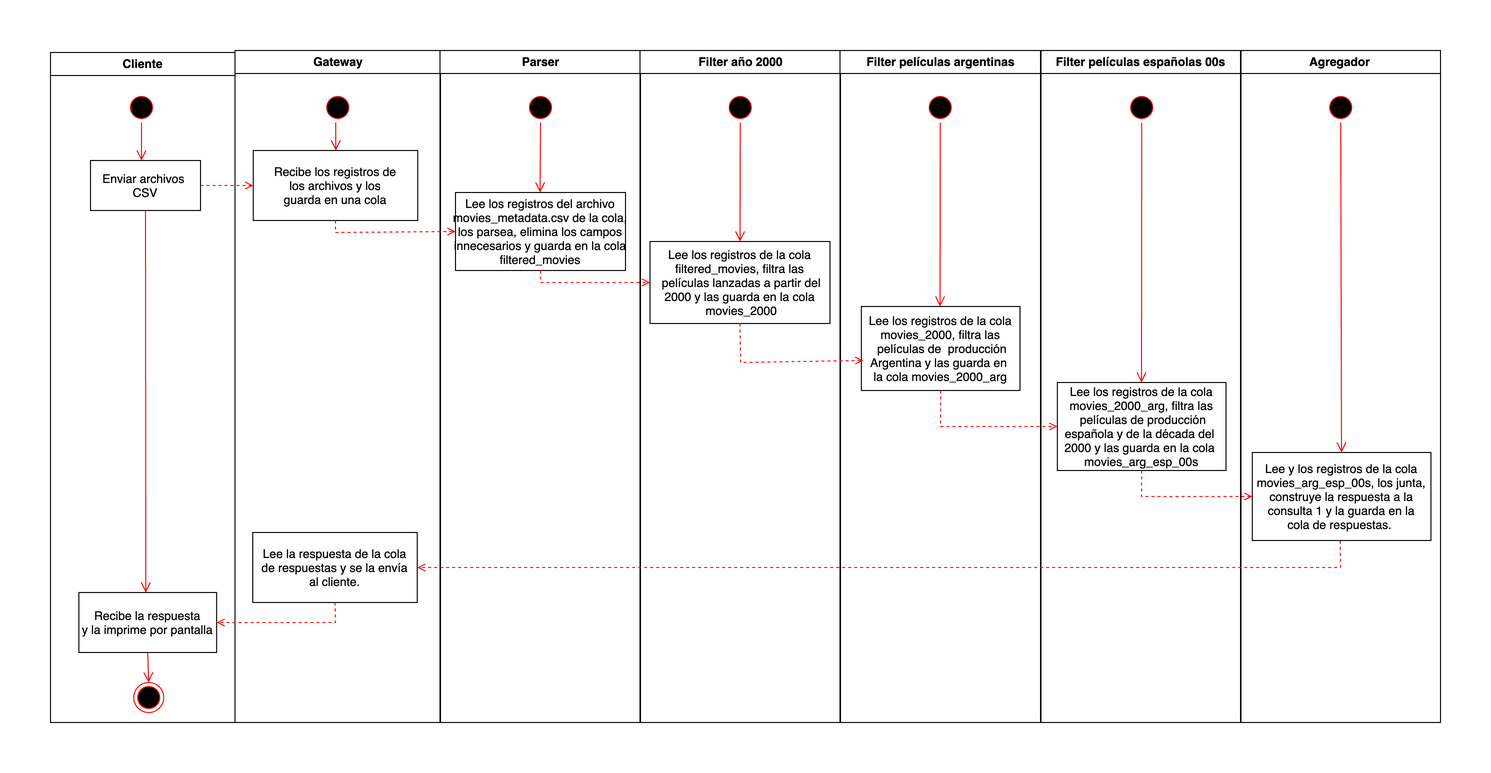
This is img/vista_procesos/actividad_1.png from ricomateo/tp-disenio-distribuidos, a draw.io export, as it was before one commit. Source tidied: cells renumbered, new cells last; positions are measured from the earlier drawing's top-left corner, leaving out a move shared by most shapes. Source of this version:
```xml
<mxGraphModel>
  <root>
    <mxCell id="0" />
    <mxCell id="1" parent="0" />
    <mxCell id="2" value="Cliente" style="swimlane;whiteSpace=wrap;" parent="1" vertex="1">
      <mxGeometry y="2" width="184.5" height="670" as="geometry" />
    </mxCell>
    <mxCell id="3" style="ellipse;shape=startState;fillColor=#000000;strokeColor=#ff0000;" parent="2" vertex="1">
      <mxGeometry x="76" y="40" width="30" height="30" as="geometry" />
    </mxCell>
    <mxCell id="4" style="edgeStyle=elbowEdgeStyle;elbow=horizontal;verticalAlign=bottom;endArrow=open;endSize=8;strokeColor=#FF0000;endFill=1;rounded=0;" parent="2" edge="1" source="3" target="5">
      <mxGeometry x="100" y="40" as="geometry" />
    </mxCell>
    <mxCell id="5" value="Enviar archivos &#10;CSV" parent="2" vertex="1">
      <mxGeometry x="40" y="108" width="110" height="50" as="geometry" />
    </mxCell>
    <mxCell id="6" value="Recibe la respuesta&#10;y la imprime por pantalla" parent="2" vertex="1">
      <mxGeometry x="28.4" y="540" width="137.8" height="60" as="geometry" />
    </mxCell>
    <mxCell id="7" style="ellipse;html=1;shape=endState;fillColor=#000000;strokeColor=#ff0000;" parent="2" vertex="1">
      <mxGeometry x="83.2" y="630" width="30" height="30" as="geometry" />
    </mxCell>
    <mxCell id="8" style="edgeStyle=elbowEdgeStyle;elbow=horizontal;verticalAlign=bottom;endArrow=open;endSize=8;strokeColor=#FF0000;endFill=1;rounded=0;entryX=0.5;entryY=0;entryDx=0;entryDy=0;exitX=0.5;exitY=1;exitDx=0;exitDy=0;" parent="2" edge="1" source="6" target="7">
      <mxGeometry x="-130" y="-90" as="geometry" />
    </mxCell>
    <mxCell id="9" style="edgeStyle=elbowEdgeStyle;elbow=horizontal;verticalAlign=bottom;endArrow=open;endSize=8;strokeColor=#FF0000;endFill=1;rounded=0;exitX=0.5;exitY=1;exitDx=0;exitDy=0;" parent="2" edge="1" source="5" target="6">
      <mxGeometry x="-160" y="-90" as="geometry" />
    </mxCell>
    <mxCell id="10" value="Gateway" style="swimlane;whiteSpace=wrap;" parent="1" vertex="1">
      <mxGeometry x="184.5" width="205.5" height="672" as="geometry" />
    </mxCell>
    <mxCell id="11" style="ellipse;shape=startState;fillColor=#000000;strokeColor=#ff0000;" parent="10" vertex="1">
      <mxGeometry x="87.8" y="42" width="30" height="30" as="geometry" />
    </mxCell>
    <mxCell id="12" style="edgeStyle=elbowEdgeStyle;elbow=horizontal;verticalAlign=bottom;endArrow=open;endSize=8;strokeColor=#FF0000;endFill=1;rounded=0;entryX=0.5;entryY=0;entryDx=0;entryDy=0;" parent="10" edge="1" source="11" target="13">
      <mxGeometry x="40" y="20" as="geometry" />
    </mxCell>
    <mxCell id="13" value="Recibe los registros de&#10;los archivos y los&#10;guarda en una cola" parent="10" vertex="1">
      <mxGeometry x="18.2" y="100" width="164.5" height="70" as="geometry" />
    </mxCell>
    <mxCell id="14" value="Lee la respuesta de la cola&#10;de respuestas y se la envía&#10;al cliente." parent="10" vertex="1">
      <mxGeometry x="17.8" y="482" width="164.5" height="70" as="geometry" />
    </mxCell>
    <mxCell id="15" value="Parser" style="swimlane;whiteSpace=wrap;" parent="1" vertex="1">
      <mxGeometry x="389.5" width="200.5" height="672" as="geometry" />
    </mxCell>
    <mxCell id="16" style="ellipse;shape=startState;fillColor=#000000;strokeColor=#ff0000;" parent="15" vertex="1">
      <mxGeometry x="85.5" y="42" width="30" height="30" as="geometry" />
    </mxCell>
    <mxCell id="17" style="edgeStyle=elbowEdgeStyle;elbow=horizontal;verticalAlign=bottom;endArrow=open;endSize=8;strokeColor=#FF0000;endFill=1;rounded=0;entryX=0.5;entryY=0;entryDx=0;entryDy=0;" parent="15" edge="1" source="16" target="18">
      <mxGeometry x="-684.5" y="-108" as="geometry" />
    </mxCell>
    <mxCell id="18" value="Lee los registros del archivo&#10; movies_metadata.csv de la cola, &#10;los parsea, elimina los campos&#10;innecesarios y guarda en la cola&#10;filtered_movies" parent="15" vertex="1">
      <mxGeometry x="15.5" y="142" width="170" height="78" as="geometry" />
    </mxCell>
    <mxCell id="19" style="endArrow=open;strokeColor=#FF0000;endFill=1;rounded=0;exitX=1;exitY=0.5;exitDx=0;exitDy=0;entryX=0;entryY=0.5;entryDx=0;entryDy=0;dashed=1;" parent="1" edge="1" source="5" target="13">
      <mxGeometry relative="1" as="geometry" />
    </mxCell>
    <mxCell id="20" style="endArrow=open;strokeColor=#FF0000;endFill=1;rounded=0;exitX=0.5;exitY=1;exitDx=0;exitDy=0;entryX=0;entryY=0.5;entryDx=0;entryDy=0;dashed=1;" parent="1" edge="1" source="13" target="18">
      <mxGeometry relative="1" as="geometry">
        <Array as="points">
          <mxPoint x="285" y="182" />
        </Array>
      </mxGeometry>
    </mxCell>
    <mxCell id="21" value="Filter año 2000" style="swimlane;whiteSpace=wrap;" parent="1" vertex="1">
      <mxGeometry x="589.5" width="200.5" height="672" as="geometry" />
    </mxCell>
    <mxCell id="22" style="ellipse;shape=startState;fillColor=#000000;strokeColor=#ff0000;" parent="21" vertex="1">
      <mxGeometry x="85.2" y="42" width="30" height="30" as="geometry" />
    </mxCell>
    <mxCell id="23" style="edgeStyle=elbowEdgeStyle;elbow=horizontal;verticalAlign=bottom;endArrow=open;endSize=8;strokeColor=#FF0000;endFill=1;rounded=0;entryX=0.5;entryY=0;entryDx=0;entryDy=0;" parent="21" edge="1" source="22" target="24">
      <mxGeometry x="-684.5" y="-108" as="geometry" />
    </mxCell>
    <mxCell id="24" value="Lee los registros de la cola&#10;filtered_movies, filtra las&#10; películas lanzadas a partir del&#10;2000 y las guarda en la cola&#10; movies_2000" parent="21" vertex="1">
      <mxGeometry x="10" y="191" width="180" height="82" as="geometry" />
    </mxCell>
    <mxCell id="25" value="Filter películas argentinas" style="swimlane;whiteSpace=wrap;" parent="1" vertex="1">
      <mxGeometry x="789.5" width="200.5" height="672" as="geometry" />
    </mxCell>
    <mxCell id="26" style="ellipse;shape=startState;fillColor=#000000;strokeColor=#ff0000;" parent="25" vertex="1">
      <mxGeometry x="85.2" y="42" width="30" height="30" as="geometry" />
    </mxCell>
    <mxCell id="27" style="edgeStyle=elbowEdgeStyle;elbow=horizontal;verticalAlign=bottom;endArrow=open;endSize=8;strokeColor=#FF0000;endFill=1;rounded=0;entryX=0.5;entryY=0;entryDx=0;entryDy=0;" parent="25" edge="1" source="26" target="28">
      <mxGeometry x="-684.5" y="-108" as="geometry" />
    </mxCell>
    <mxCell id="28" value="Lee los registros de la cola&#10;movies_2000, filtra las&#10; películas de  producción&#10;Argentina y las guarda en &#10;la cola movies_2000_arg" parent="25" vertex="1">
      <mxGeometry x="21.4" y="256" width="158.6" height="84" as="geometry" />
    </mxCell>
    <mxCell id="29" style="endArrow=open;strokeColor=#FF0000;endFill=1;rounded=0;exitX=0.5;exitY=1;exitDx=0;exitDy=0;entryX=0;entryY=0.5;entryDx=0;entryDy=0;dashed=1;" parent="1" edge="1" source="18" target="24">
      <mxGeometry relative="1" as="geometry">
        <Array as="points">
          <mxPoint x="490" y="232" />
          <mxPoint x="595" y="232" />
        </Array>
      </mxGeometry>
    </mxCell>
    <mxCell id="30" value="Filter películas españolas 00s" style="swimlane;whiteSpace=wrap;" parent="1" vertex="1">
      <mxGeometry x="990.5" width="199.5" height="672" as="geometry" />
    </mxCell>
    <mxCell id="31" style="ellipse;shape=startState;fillColor=#000000;strokeColor=#ff0000;" parent="30" vertex="1">
      <mxGeometry x="85.7" y="42" width="30" height="30" as="geometry" />
    </mxCell>
    <mxCell id="32" style="edgeStyle=elbowEdgeStyle;elbow=horizontal;verticalAlign=bottom;endArrow=open;endSize=8;strokeColor=#FF0000;endFill=1;rounded=0;entryX=0.5;entryY=0;entryDx=0;entryDy=0;" parent="30" edge="1" source="31" target="33">
      <mxGeometry x="-684.5" y="-108" as="geometry" />
    </mxCell>
    <mxCell id="33" value="Lee los registros de la cola&#10;movies_2000_arg, filtra las&#10; películas de producción&#10;española y de la década del &#10;2000 y las guarda en la cola &#10;movies_arg_esp_00s" parent="30" vertex="1">
      <mxGeometry x="16.4" y="332" width="168.6" height="88" as="geometry" />
    </mxCell>
    <mxCell id="34" value="Agregador" style="swimlane;whiteSpace=wrap;" parent="1" vertex="1">
      <mxGeometry x="1190.5" width="199.5" height="672" as="geometry" />
    </mxCell>
    <mxCell id="35" style="ellipse;shape=startState;fillColor=#000000;strokeColor=#ff0000;" parent="34" vertex="1">
      <mxGeometry x="84.8" y="42" width="30" height="30" as="geometry" />
    </mxCell>
    <mxCell id="36" style="edgeStyle=elbowEdgeStyle;elbow=horizontal;verticalAlign=bottom;endArrow=open;endSize=8;strokeColor=#FF0000;endFill=1;rounded=0;entryX=0.5;entryY=0;entryDx=0;entryDy=0;" parent="34" edge="1" source="35" target="37">
      <mxGeometry x="-684.5" y="-108" as="geometry" />
    </mxCell>
    <mxCell id="37" value="Lee y los registros de la cola&#10;movies_arg_esp_00s, los junta,&#10;construye la respuesta a la&#10;consulta 1 y la guarda en la&#10;cola de respuestas. " parent="34" vertex="1">
      <mxGeometry x="11.3" y="402" width="178.6" height="88" as="geometry" />
    </mxCell>
    <mxCell id="38" style="endArrow=open;strokeColor=#FF0000;endFill=1;rounded=0;exitX=0.492;exitY=1.004;exitDx=0;exitDy=0;entryX=1;entryY=0.5;entryDx=0;entryDy=0;dashed=1;exitPerimeter=0;" parent="1" edge="1" source="37" target="14">
      <mxGeometry relative="1" as="geometry">
        <Array as="points">
          <mxPoint x="1290" y="517" />
        </Array>
      </mxGeometry>
    </mxCell>
    <mxCell id="39" style="endArrow=open;strokeColor=#FF0000;endFill=1;rounded=0;exitX=0.5;exitY=1;exitDx=0;exitDy=0;entryX=1;entryY=0.5;entryDx=0;entryDy=0;dashed=1;" parent="1" edge="1" source="14" target="6">
      <mxGeometry relative="1" as="geometry">
        <Array as="points">
          <mxPoint x="285" y="572" />
        </Array>
      </mxGeometry>
    </mxCell>
    <mxCell id="40" style="endArrow=open;strokeColor=#FF0000;endFill=1;rounded=0;exitX=0.5;exitY=1;exitDx=0;exitDy=0;entryX=0;entryY=0.5;entryDx=0;entryDy=0;dashed=1;" parent="1" edge="1" source="33" target="37">
      <mxGeometry relative="1" as="geometry">
        <Array as="points">
          <mxPoint x="1091" y="446" />
        </Array>
      </mxGeometry>
    </mxCell>
    <mxCell id="41" style="endArrow=open;strokeColor=#FF0000;endFill=1;rounded=0;exitX=0.5;exitY=1;exitDx=0;exitDy=0;entryX=0.012;entryY=0.642;entryDx=0;entryDy=0;dashed=1;entryPerimeter=0;" parent="1" edge="1" source="24" target="28">
      <mxGeometry relative="1" as="geometry">
        <Array as="points">
          <mxPoint x="690" y="312" />
        </Array>
      </mxGeometry>
    </mxCell>
    <mxCell id="42" style="endArrow=open;strokeColor=#FF0000;endFill=1;rounded=0;exitX=0.5;exitY=1;exitDx=0;exitDy=0;entryX=0;entryY=0.5;entryDx=0;entryDy=0;dashed=1;" parent="1" edge="1" source="28" target="33">
      <mxGeometry relative="1" as="geometry">
        <Array as="points">
          <mxPoint x="890" y="376" />
        </Array>
      </mxGeometry>
    </mxCell>
  </root>
</mxGraphModel>
```
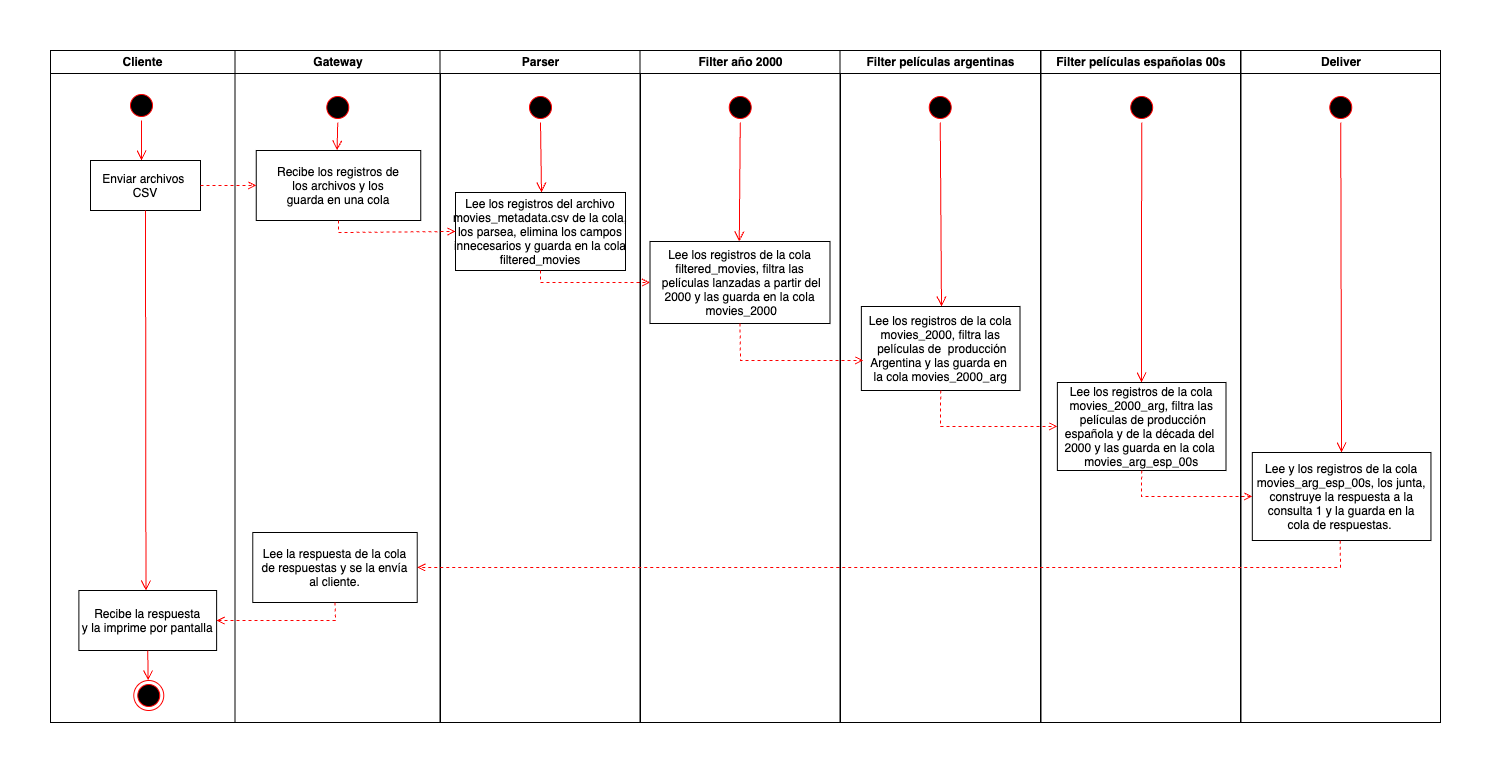
Above is the later version.

Commit message:
Actualizo diagramas de actividad

The edit, as a diff of the source:
```diff
@@ -3,7 +3,7 @@
     <mxCell id="0" />
     <mxCell id="1" parent="0" />
     <mxCell id="2" value="Cliente" style="swimlane;whiteSpace=wrap;" parent="1" vertex="1">
-      <mxGeometry y="2" width="184.5" height="670" as="geometry" />
+      <mxGeometry width="184.5" height="672" as="geometry" />
     </mxCell>
     <mxCell id="3" style="ellipse;shape=startState;fillColor=#000000;strokeColor=#ff0000;" parent="2" vertex="1">
       <mxGeometry x="76" y="40" width="30" height="30" as="geometry" />
@@ -12,7 +12,7 @@
       <mxGeometry x="100" y="40" as="geometry" />
     </mxCell>
     <mxCell id="5" value="Enviar archivos &#10;CSV" parent="2" vertex="1">
-      <mxGeometry x="40" y="108" width="110" height="50" as="geometry" />
+      <mxGeometry x="40" y="110" width="110" height="50" as="geometry" />
     </mxCell>
     <mxCell id="6" value="Recibe la respuesta&#10;y la imprime por pantalla" parent="2" vertex="1">
       <mxGeometry x="28.4" y="540" width="137.8" height="60" as="geometry" />
@@ -32,11 +32,11 @@
     <mxCell id="11" style="ellipse;shape=startState;fillColor=#000000;strokeColor=#ff0000;" parent="10" vertex="1">
       <mxGeometry x="87.8" y="42" width="30" height="30" as="geometry" />
     </mxCell>
-    <mxCell id="12" style="edgeStyle=elbowEdgeStyle;elbow=horizontal;verticalAlign=bottom;endArrow=open;endSize=8;strokeColor=#FF0000;endFill=1;rounded=0;entryX=0.5;entryY=0;entryDx=0;entryDy=0;" parent="10" edge="1" source="11" target="13">
+    <mxCell id="12" style="edgeStyle=elbowEdgeStyle;elbow=horizontal;verticalAlign=bottom;endArrow=open;endSize=8;strokeColor=#FF0000;endFill=1;rounded=0;exitX=0.5;exitY=1;exitDx=0;exitDy=0;entryX=0.5;entryY=0;entryDx=0;entryDy=0;" parent="10" edge="1" source="11" target="13">
       <mxGeometry x="40" y="20" as="geometry" />
     </mxCell>
     <mxCell id="13" value="Recibe los registros de&#10;los archivos y los&#10;guarda en una cola" parent="10" vertex="1">
-      <mxGeometry x="18.2" y="100" width="164.5" height="70" as="geometry" />
+      <mxGeometry x="21.2" y="100" width="164.5" height="70" as="geometry" />
     </mxCell>
     <mxCell id="14" value="Lee la respuesta de la cola&#10;de respuestas y se la envía&#10;al cliente." parent="10" vertex="1">
       <mxGeometry x="17.8" y="482" width="164.5" height="70" as="geometry" />
@@ -59,7 +59,7 @@
     <mxCell id="20" style="endArrow=open;strokeColor=#FF0000;endFill=1;rounded=0;exitX=0.5;exitY=1;exitDx=0;exitDy=0;entryX=0;entryY=0.5;entryDx=0;entryDy=0;dashed=1;" parent="1" edge="1" source="13" target="18">
       <mxGeometry relative="1" as="geometry">
         <Array as="points">
-          <mxPoint x="285" y="182" />
+          <mxPoint x="288" y="182" />
         </Array>
       </mxGeometry>
     </mxCell>
@@ -107,7 +107,7 @@
     <mxCell id="33" value="Lee los registros de la cola&#10;movies_2000_arg, filtra las&#10; películas de producción&#10;española y de la década del &#10;2000 y las guarda en la cola &#10;movies_arg_esp_00s" parent="30" vertex="1">
       <mxGeometry x="16.4" y="332" width="168.6" height="88" as="geometry" />
     </mxCell>
-    <mxCell id="34" value="Agregador" style="swimlane;whiteSpace=wrap;" parent="1" vertex="1">
+    <mxCell id="34" value="Deliver" style="swimlane;whiteSpace=wrap;" parent="1" vertex="1">
       <mxGeometry x="1190.5" width="199.5" height="672" as="geometry" />
     </mxCell>
     <mxCell id="35" style="ellipse;shape=startState;fillColor=#000000;strokeColor=#ff0000;" parent="34" vertex="1">
@@ -129,7 +129,7 @@
     <mxCell id="39" style="endArrow=open;strokeColor=#FF0000;endFill=1;rounded=0;exitX=0.5;exitY=1;exitDx=0;exitDy=0;entryX=1;entryY=0.5;entryDx=0;entryDy=0;dashed=1;" parent="1" edge="1" source="14" target="6">
       <mxGeometry relative="1" as="geometry">
         <Array as="points">
-          <mxPoint x="285" y="572" />
+          <mxPoint x="285" y="570" />
         </Array>
       </mxGeometry>
     </mxCell>
@@ -143,7 +143,7 @@
     <mxCell id="41" style="endArrow=open;strokeColor=#FF0000;endFill=1;rounded=0;exitX=0.5;exitY=1;exitDx=0;exitDy=0;entryX=0.012;entryY=0.642;entryDx=0;entryDy=0;dashed=1;entryPerimeter=0;" parent="1" edge="1" source="24" target="28">
       <mxGeometry relative="1" as="geometry">
         <Array as="points">
-          <mxPoint x="690" y="312" />
+          <mxPoint x="690" y="310" />
         </Array>
       </mxGeometry>
     </mxCell>
```
